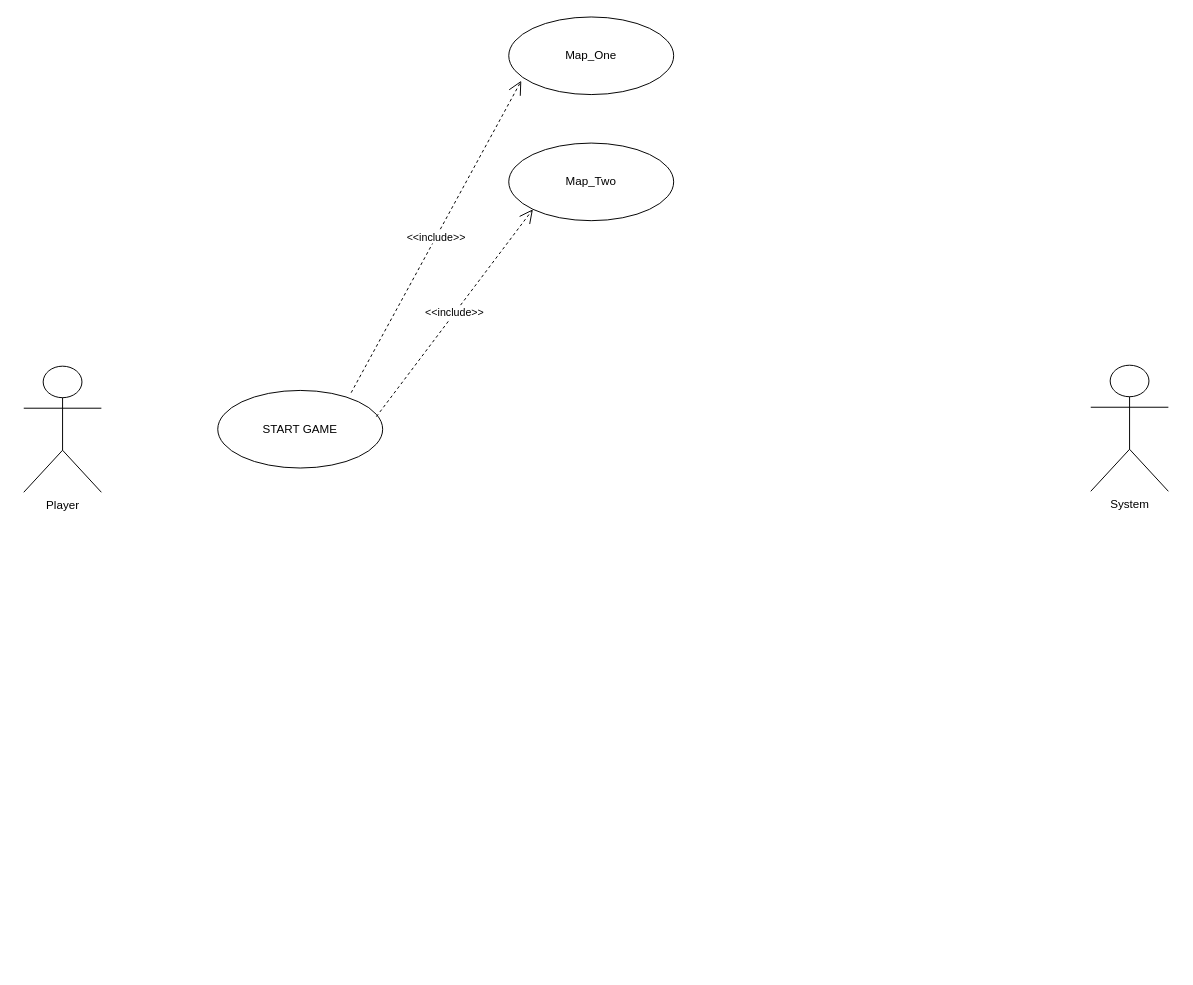
Above: page "Sayfa -2" (2 of 2) of Başlıksız Diyagram.drawio in sudenurkomur/Percy-s-Adventure (draw.io), before the change. Source tidied: cells renumbered, new cells numbered last; positions are measured from the earlier drawing's top-left corner, leaving out a move shared by most shapes. Both pictures are drawn from the tidied source at 97%, with x=0, y=0 at pixel (23, 16).
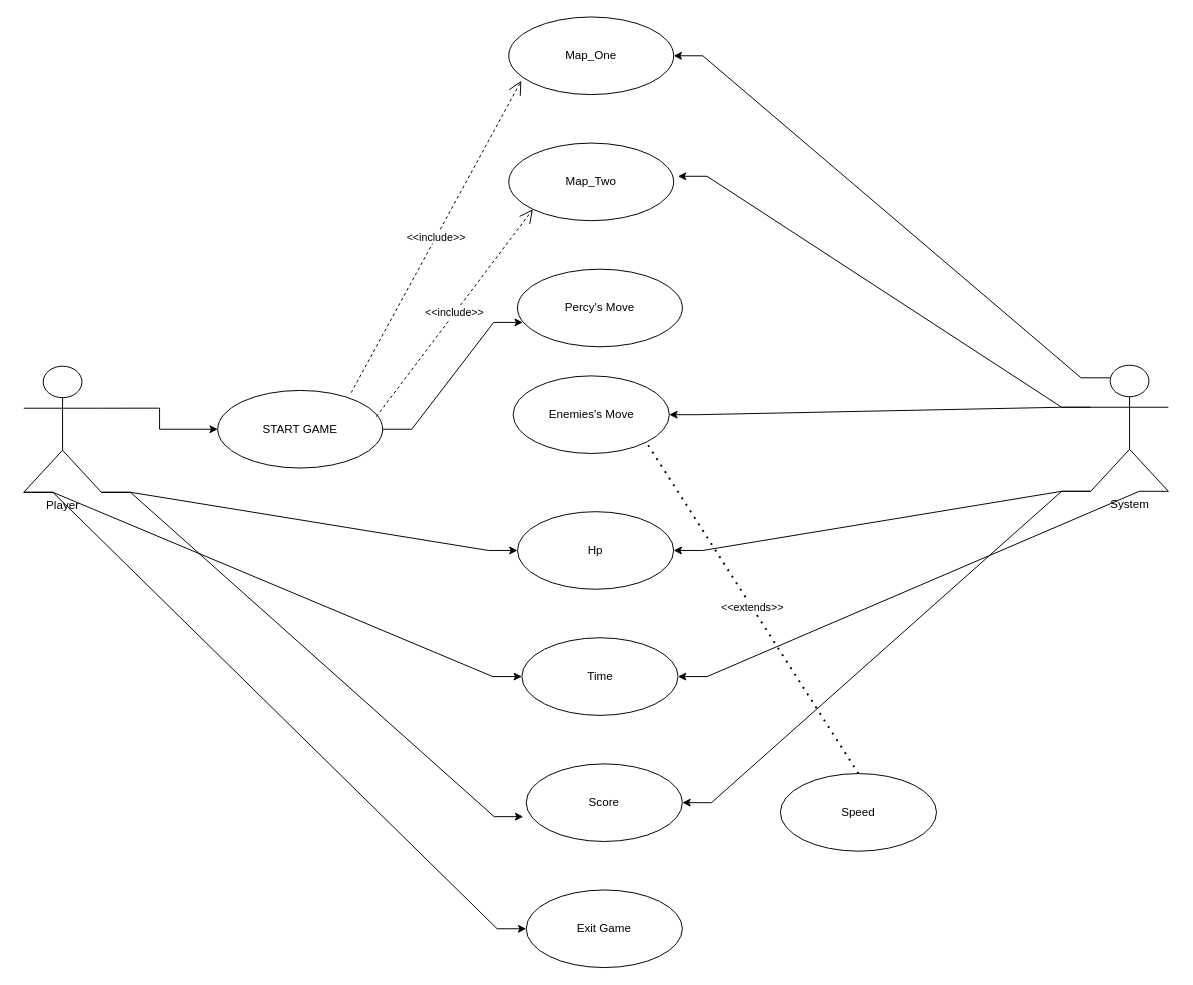
After the change.

Commit message:
Güncelleme Use Case.drawio

Unchanged cells that the change refers to:
```xml
<mxCell id="2" value="Player" style="shape=umlActor;verticalLabelPosition=bottom;verticalAlign=top;html=1;outlineConnect=0;" parent="1" vertex="1">
  <mxGeometry y="360" width="80" height="130" as="geometry" />
</mxCell>
<mxCell id="3" value="System" style="shape=umlActor;verticalLabelPosition=bottom;verticalAlign=top;html=1;outlineConnect=0;" parent="1" vertex="1">
  <mxGeometry x="1100" y="359" width="80" height="130" as="geometry" />
</mxCell>
<mxCell id="4" value="Map_One" style="ellipse;whiteSpace=wrap;html=1;" parent="1" vertex="1">
  <mxGeometry x="500" width="170" height="80" as="geometry" />
</mxCell>
<mxCell id="5" value="Map_Two" style="ellipse;whiteSpace=wrap;html=1;" parent="1" vertex="1">
  <mxGeometry x="500" y="130" width="170" height="80" as="geometry" />
</mxCell>
<mxCell id="6" value="START GAME" style="ellipse;whiteSpace=wrap;html=1;" parent="1" vertex="1">
  <mxGeometry x="200" y="385" width="170" height="80" as="geometry" />
</mxCell>
```

The edit, as a diff of the source:
```diff
@@
+    <mxCell id="9" style="edgeStyle=orthogonalEdgeStyle;rounded=0;jettySize=auto;html=1;exitX=1;exitY=0.3333333333333333;exitDx=0;exitDy=0;exitPerimeter=0;entryX=0;entryY=0.5;entryDx=0;entryDy=0;" parent="1" edge="1" source="2" target="6">
+      <mxGeometry relative="1" as="geometry" />
+    </mxCell>
+    <mxCell id="10" style="edgeStyle=entityRelationEdgeStyle;rounded=0;jettySize=auto;html=1;exitX=1;exitY=1;exitDx=0;exitDy=0;exitPerimeter=0;entryX=0;entryY=0.5;entryDx=0;entryDy=0;" parent="1" edge="1" source="2" target="22">
+      <mxGeometry relative="1" as="geometry" />
+    </mxCell>
+    <mxCell id="11" style="edgeStyle=entityRelationEdgeStyle;rounded=0;jettySize=auto;html=1;exitX=0;exitY=1;exitDx=0;exitDy=0;exitPerimeter=0;entryX=0;entryY=0.5;entryDx=0;entryDy=0;" parent="1" edge="1" source="2" target="25">
+      <mxGeometry relative="1" as="geometry" />
+    </mxCell>
+    <mxCell id="12" style="edgeStyle=entityRelationEdgeStyle;rounded=0;jettySize=auto;html=1;exitX=0;exitY=1;exitDx=0;exitDy=0;exitPerimeter=0;entryX=0;entryY=0.5;entryDx=0;entryDy=0;" parent="1" edge="1" source="2" target="28">
+      <mxGeometry relative="1" as="geometry" />
+    </mxCell>
@@
+    <mxCell id="13" style="edgeStyle=entityRelationEdgeStyle;rounded=0;jettySize=auto;html=1;exitX=0.25;exitY=0.1;exitDx=0;exitDy=0;exitPerimeter=0;" parent="1" edge="1" source="3" target="4">
+      <mxGeometry relative="1" as="geometry" />
+    </mxCell>
+    <mxCell id="14" style="edgeStyle=entityRelationEdgeStyle;rounded=0;jettySize=auto;html=1;exitX=0;exitY=0.3333333333333333;exitDx=0;exitDy=0;exitPerimeter=0;" parent="1" edge="1" source="3" target="21">
+      <mxGeometry relative="1" as="geometry" />
+    </mxCell>
+    <mxCell id="15" style="edgeStyle=entityRelationEdgeStyle;rounded=0;jettySize=auto;html=1;exitX=0;exitY=1;exitDx=0;exitDy=0;exitPerimeter=0;entryX=1;entryY=0.5;entryDx=0;entryDy=0;" parent="1" edge="1" source="3" target="22">
+      <mxGeometry relative="1" as="geometry" />
+    </mxCell>
+    <mxCell id="16" style="edgeStyle=entityRelationEdgeStyle;rounded=0;jettySize=auto;html=1;exitX=0;exitY=1;exitDx=0;exitDy=0;exitPerimeter=0;entryX=1;entryY=0.5;entryDx=0;entryDy=0;" parent="1" edge="1" source="3" target="23">
+      <mxGeometry relative="1" as="geometry" />
+    </mxCell>
+    <mxCell id="17" style="edgeStyle=entityRelationEdgeStyle;rounded=0;jettySize=auto;html=1;exitX=1;exitY=1;exitDx=0;exitDy=0;exitPerimeter=0;entryX=1;entryY=0.5;entryDx=0;entryDy=0;" parent="1" edge="1" source="3" target="25">
+      <mxGeometry relative="1" as="geometry" />
+    </mxCell>
@@
+    <mxCell id="18" style="edgeStyle=entityRelationEdgeStyle;rounded=0;jettySize=auto;html=1;exitX=0;exitY=0.3333333333333333;exitDx=0;exitDy=0;exitPerimeter=0;entryX=1.026;entryY=0.428;entryDx=0;entryDy=0;entryPerimeter=0;" parent="1" edge="1" source="3" target="5">
+      <mxGeometry relative="1" as="geometry" />
+    </mxCell>
+    <mxCell id="19" value="Percy's Move" style="ellipse;whiteSpace=wrap;html=1;" parent="1" vertex="1">
+      <mxGeometry x="509" y="260" width="170" height="80" as="geometry" />
+    </mxCell>
+    <mxCell id="20" style="edgeStyle=entityRelationEdgeStyle;rounded=0;jettySize=auto;html=1;exitX=1;exitY=0.5;exitDx=0;exitDy=0;entryX=0.032;entryY=0.686;entryDx=0;entryDy=0;entryPerimeter=0;" parent="1" edge="1" source="6" target="19">
+      <mxGeometry relative="1" as="geometry" />
+    </mxCell>
+    <mxCell id="21" value="Enemies's Move" style="ellipse;whiteSpace=wrap;html=1;" parent="1" vertex="1">
+      <mxGeometry x="504.5" y="370" width="161" height="80" as="geometry" />
+    </mxCell>
+    <mxCell id="22" value="Hp" style="ellipse;whiteSpace=wrap;html=1;" parent="1" vertex="1">
+      <mxGeometry x="509" y="510" width="161" height="80" as="geometry" />
+    </mxCell>
+    <mxCell id="23" value="Score" style="ellipse;whiteSpace=wrap;html=1;" parent="1" vertex="1">
+      <mxGeometry x="518" y="770" width="161" height="80" as="geometry" />
+    </mxCell>
+    <mxCell id="24" style="edgeStyle=entityRelationEdgeStyle;rounded=0;jettySize=auto;html=1;exitX=1;exitY=1;exitDx=0;exitDy=0;exitPerimeter=0;entryX=-0.019;entryY=0.68;entryDx=0;entryDy=0;entryPerimeter=0;" parent="1" edge="1" source="2" target="23">
+      <mxGeometry relative="1" as="geometry" />
+    </mxCell>
+    <mxCell id="25" value="Time" style="ellipse;whiteSpace=wrap;html=1;" parent="1" vertex="1">
+      <mxGeometry x="513.5" y="640" width="161" height="80" as="geometry" />
+    </mxCell>
+    <mxCell id="26" value="Speed" style="ellipse;whiteSpace=wrap;html=1;" parent="1" vertex="1">
+      <mxGeometry x="780" y="780" width="161" height="80" as="geometry" />
+    </mxCell>
+    <mxCell id="27" value="&amp;lt;&amp;lt;extends&amp;gt;&amp;gt;" style="endArrow=none;dashed=1;html=1;dashPattern=1 3;strokeWidth=2;rounded=0;exitX=0.5;exitY=0;exitDx=0;exitDy=0;entryX=1;entryY=1;entryDx=0;entryDy=0;" parent="1" edge="1" source="26" target="21">
+      <mxGeometry relative="1" as="geometry" />
+    </mxCell>
+    <mxCell id="28" value="Exit Game" style="ellipse;whiteSpace=wrap;html=1;" parent="1" vertex="1">
+      <mxGeometry x="518" y="900" width="161" height="80" as="geometry" />
+    </mxCell>
```
